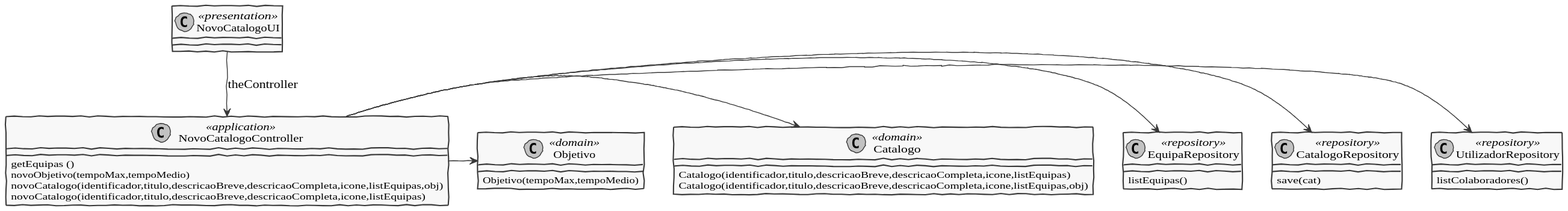
pedrolemos4/LAPR4 keeps this PlantUML diagram as docs/US2001/CD.svg. Above is the earlier version. Its diagram source:
```plantuml
@startuml
skinparam handwritten true
skinparam monochrome true
skinparam packageStyle rect
skinparam defaultFontName FG Virgil
skinparam shadowing false

class NovoCatalogoUI <<presentation>>
class NovoCatalogoController <<application>>
class Catalogo <<domain>>
class Objetivo <<domain>>
class CatalogoRepository <<repository>>
class UtilizadorRepository <<repository>>
class EquipaRepository <<repository>>


NovoCatalogoUI --> NovoCatalogoController : theController

NovoCatalogoController -> UtilizadorRepository
NovoCatalogoController -> CatalogoRepository
NovoCatalogoController -> EquipaRepository
NovoCatalogoController -> Catalogo
NovoCatalogoController -> Objetivo

NovoCatalogoController : getEquipas ()
NovoCatalogoController : novoObjetivo(tempoMax,tempoMedio)
NovoCatalogoController : novoCatalogo(identificador,titulo,descricaoBreve,descricaoCompleta,icone,listEquipas,obj)
NovoCatalogoController : novoCatalogo(identificador,titulo,descricaoBreve,descricaoCompleta,icone,listEquipas)

Catalogo : Catalogo(identificador,titulo,descricaoBreve,descricaoCompleta,icone,listEquipas)
Catalogo : Catalogo(identificador,titulo,descricaoBreve,descricaoCompleta,icone,listEquipas,obj)

Objetivo : Objetivo(tempoMax,tempoMedio)

CatalogoRepository : save(cat)

UtilizadorRepository : listColaboradores()

EquipaRepository : listEquipas()
@enduml
```
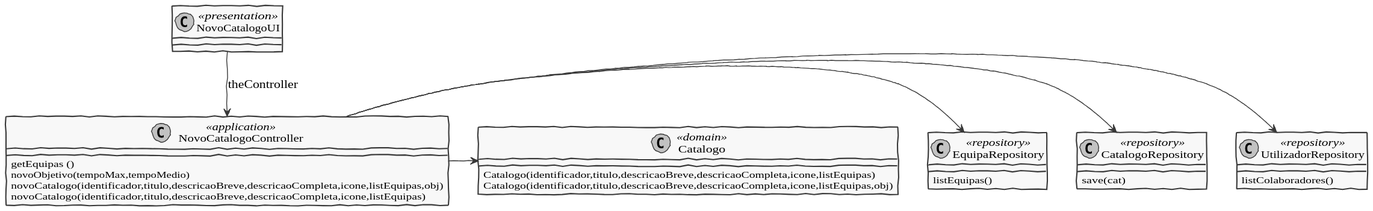
After the change.

What changed in the source:
```diff
@@ -8,7 +8,6 @@
 class NovoCatalogoUI <<presentation>>
 class NovoCatalogoController <<application>>
 class Catalogo <<domain>>
-class Objetivo <<domain>>
 class CatalogoRepository <<repository>>
 class UtilizadorRepository <<repository>>
 class EquipaRepository <<repository>>
@@ -20,7 +19,6 @@
 NovoCatalogoController -> CatalogoRepository
 NovoCatalogoController -> EquipaRepository
 NovoCatalogoController -> Catalogo
-NovoCatalogoController -> Objetivo
 
 NovoCatalogoController : getEquipas ()
 NovoCatalogoController : novoObjetivo(tempoMax,tempoMedio)
@@ -30,8 +28,6 @@
 Catalogo : Catalogo(identificador,titulo,descricaoBreve,descricaoCompleta,icone,listEquipas)
 Catalogo : Catalogo(identificador,titulo,descricaoBreve,descricaoCompleta,icone,listEquipas,obj)
 
-Objetivo : Objetivo(tempoMax,tempoMedio)
-
 CatalogoRepository : save(cat)
 
 UtilizadorRepository : listColaboradores()
```
